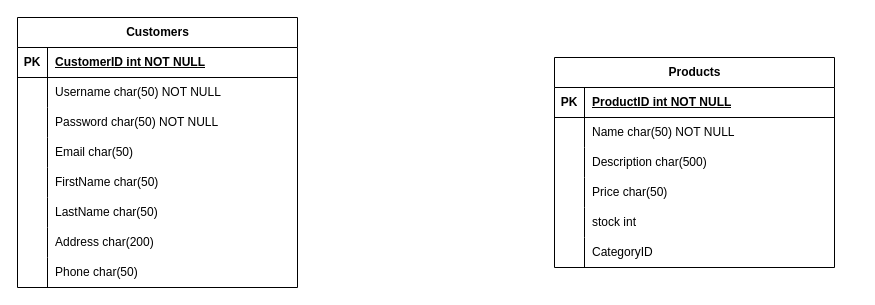
Earlier version of the draw.io diagram OnlineShop.drawio (zeinab-hajhosseini/OnlineShopERD). Source tidied: cells renumbered, new cells numbered last; positions are measured from the earlier drawing's top-left corner, leaving out a move shared by most shapes. Both pictures are drawn from the tidied source at 100%, with x=0, y=0 at pixel (17, 17).
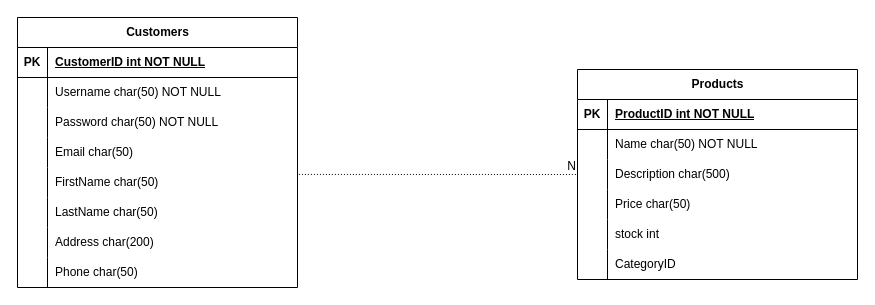
The same diagram, later.

Commit message:
Add to Cart relation between customer and product

The change refers to these unchanged cells:
```xml
<mxCell id="15" style="shape=tableRow;horizontal=0;startSize=0;swimlaneHead=0;swimlaneBody=0;fillColor=none;points=[[0,0.5],[1,0.5]];portConstraint=eastwest;top=0;left=0;right=0;bottom=0;" parent="2" vertex="1">
  <mxGeometry y="150" width="280" height="30" as="geometry" />
</mxCell>
<mxCell id="34" style="shape=tableRow;horizontal=0;startSize=0;swimlaneHead=0;swimlaneBody=0;fillColor=none;points=[[0,0.5],[1,0.5]];portConstraint=eastwest;top=0;left=0;right=0;bottom=0;" parent="27" vertex="1">
  <mxGeometry y="90" width="280" height="30" as="geometry" />
</mxCell>
```

Change to the diagram source:
```diff
@@
     <mxCell id="27" value="Products" style="shape=table;startSize=30;childLayout=tableLayout;rowLines=0;fontStyle=1;align=center;html=1;" parent="1" vertex="1">
-      <mxGeometry x="537" y="40" width="280" height="210" as="geometry" />
+      <mxGeometry x="560" y="52" width="280" height="210" as="geometry" />
     </mxCell>
@@
+    <mxCell id="46" style="endArrow=none;html=1;rounded=0;dashed=1;dashPattern=1 2;exitX=1.005;exitY=0.231;exitDx=0;exitDy=0;exitPerimeter=0;entryX=0;entryY=0.5;entryDx=0;entryDy=0;" parent="1" edge="1" source="15" target="34">
+      <mxGeometry relative="1" as="geometry" />
+    </mxCell>
+    <mxCell id="47" value="N" style="html=1;whiteSpace=wrap;align=right;verticalAlign=bottom;" parent="46" vertex="1">
+      <mxGeometry x="1" relative="1" as="geometry" />
+    </mxCell>
```
